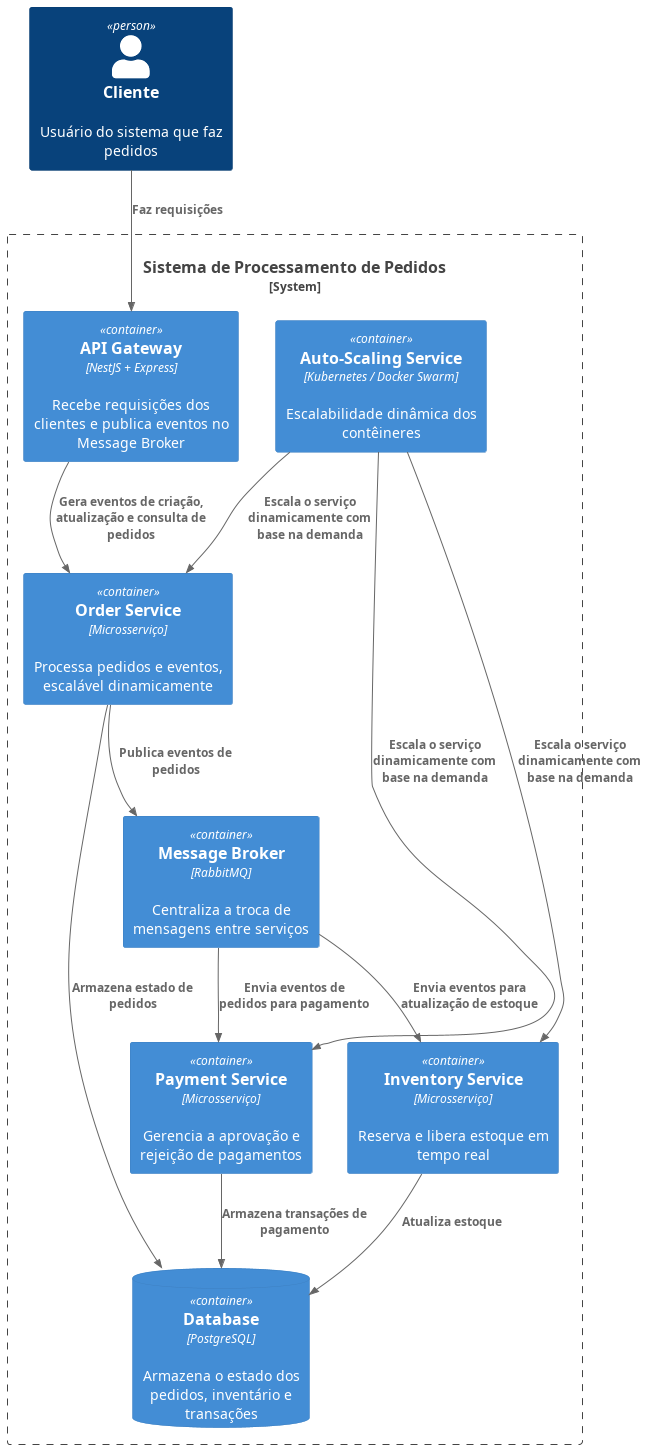
This is assets/diagrams/out/n2-container/Container n2.png from jnerydesigner/Bemol, a PlantUML export, as it was before one commit.
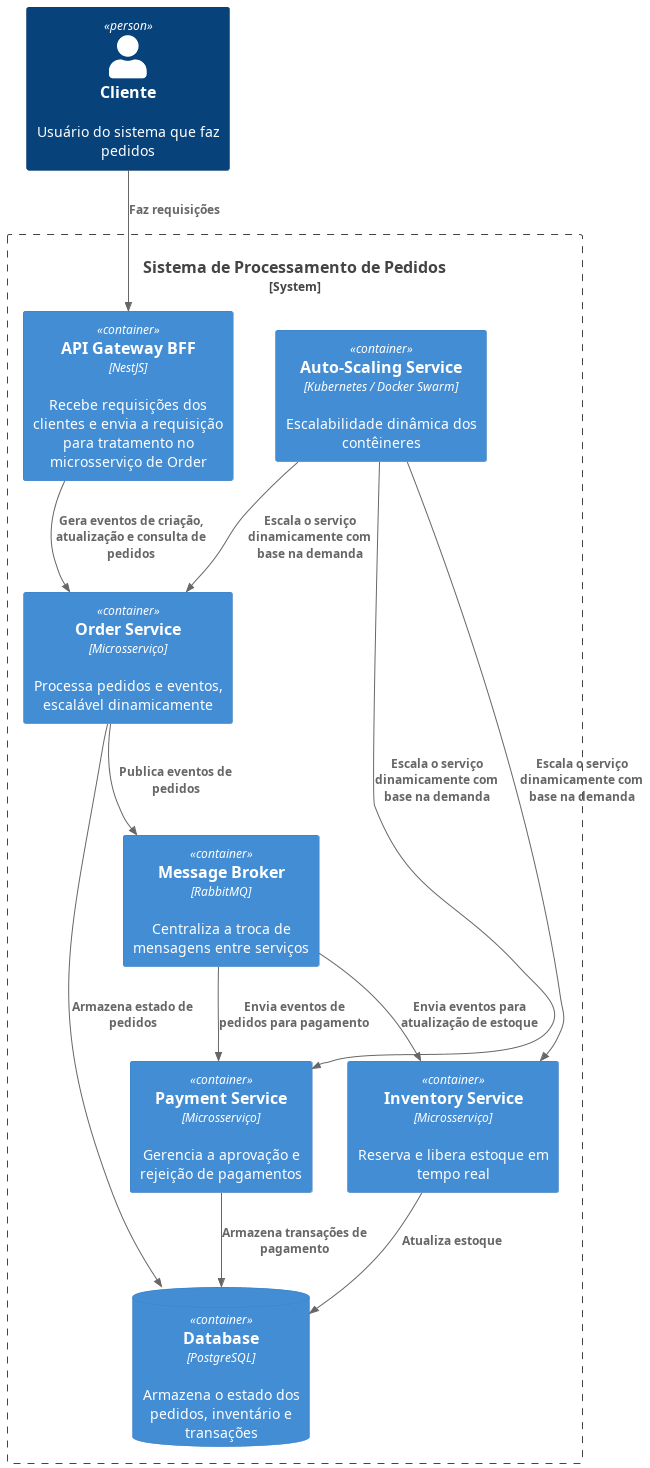
The same file after the commit.

Diff of the diagram source:
```diff
@@ -5,7 +5,7 @@
 
 System_Boundary(spp_boundary, "Sistema de Processamento de Pedidos") {
 
-  Container(apiGateway, "API Gateway", "NestJS + Express", "Recebe requisições dos clientes e publica eventos no Message Broker")
+  Container(apiGateway, "API Gateway BFF", "NestJS", "Recebe requisições dos clientes e envia a requisição para tratamento no microsserviço de Order")
 
   Container(orderService, "Order Service", "Microsserviço", "Processa pedidos e eventos, escalável dinamicamente")
 
```
